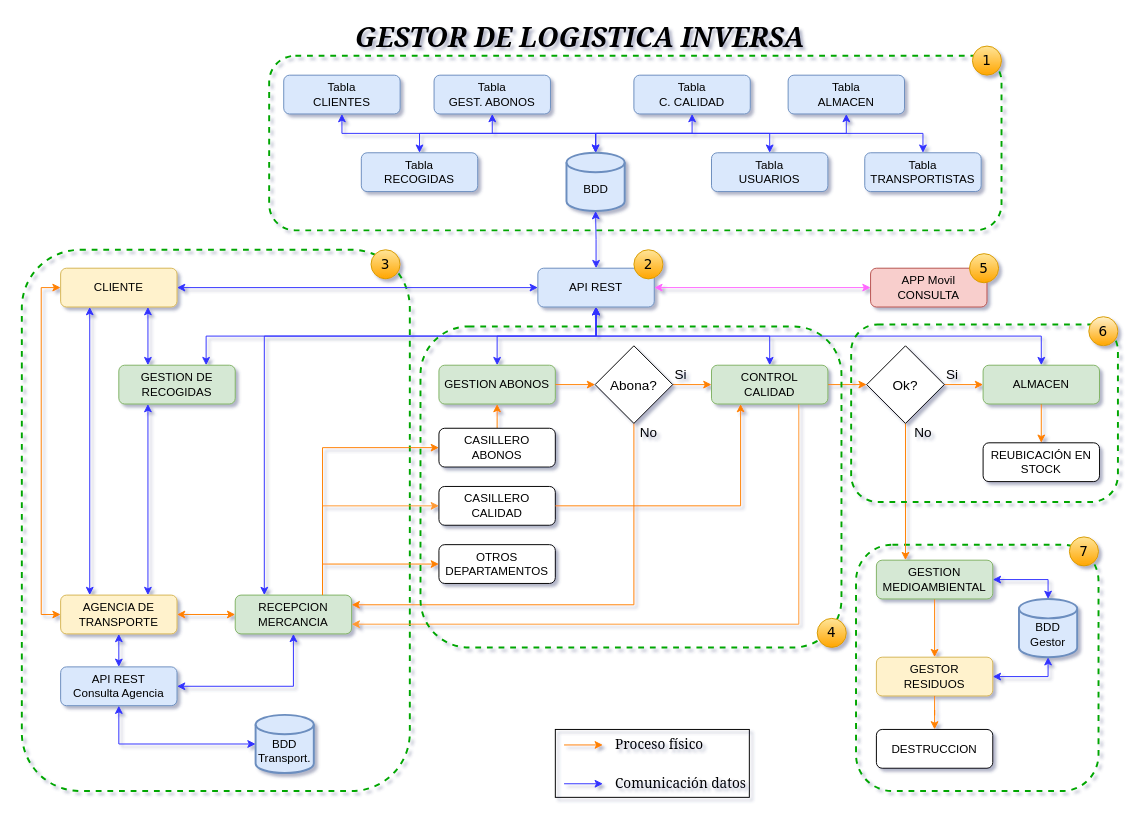
Above: page "Esquema_Proyecto" (1 of 7) of Esquemas_y_bocetos/Esquema_proyecto.drawio in JMDH76/PFC_Gestor_Logistica_Inversa (draw.io), before the change. Source tidied: cells renumbered, new cells numbered last; positions are measured from the earlier drawing's top-left corner, leaving out a move shared by most shapes. Both pictures are drawn from the tidied source at 97%, with x=0, y=0 at pixel (21, 16).
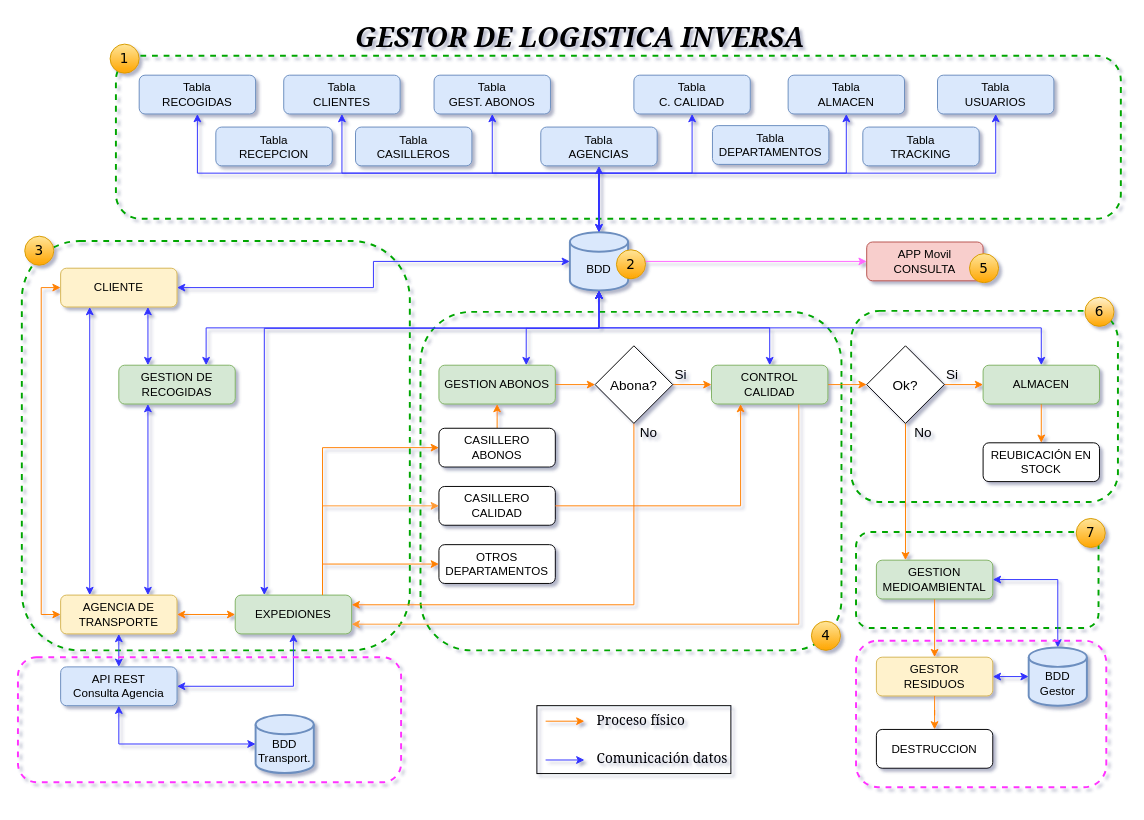
After the change.

Unchanged cells that the change refers to:
```xml
<mxCell id="7" value="CLIENTE" style="rounded=1;whiteSpace=wrap;html=1;fillColor=#fff2cc;strokeColor=#d6b656;" parent="1" vertex="1">
  <mxGeometry x="40" y="259" width="120" height="40" as="geometry" />
</mxCell>
<mxCell id="10" value="GESTION DE RECOGIDAS" style="rounded=1;whiteSpace=wrap;html=1;fillColor=#d5e8d4;strokeColor=#82b366;" parent="1" vertex="1">
  <mxGeometry x="100" y="359" width="120" height="40" as="geometry" />
</mxCell>
<mxCell id="23" value="GESTION ABONOS" style="rounded=1;whiteSpace=wrap;html=1;fillColor=#d5e8d4;strokeColor=#82b366;" parent="1" vertex="1">
  <mxGeometry x="430" y="359" width="120" height="40" as="geometry" />
</mxCell>
<mxCell id="27" value="CONTROL &lt;br&gt;CALIDAD" style="rounded=1;whiteSpace=wrap;html=1;fillColor=#d5e8d4;strokeColor=#82b366;" parent="1" vertex="1">
  <mxGeometry x="711" y="359" width="120" height="40" as="geometry" />
</mxCell>
<mxCell id="64" value="ALMACEN&lt;br&gt;" style="rounded=1;whiteSpace=wrap;html=1;fillColor=#d5e8d4;strokeColor=#82b366;" parent="1" vertex="1">
  <mxGeometry x="991" y="359" width="120" height="40" as="geometry" />
</mxCell>
<mxCell id="76" value="GESTOR&lt;br&gt;RESIDUOS" style="rounded=1;whiteSpace=wrap;html=1;fillColor=#fff2cc;strokeColor=#d6b656;" parent="1" vertex="1">
  <mxGeometry x="881" y="660" width="120" height="40" as="geometry" />
</mxCell>
```

Change to the diagram source:
```diff
@@
+    <mxCell id="85" style="rounded=1;whiteSpace=wrap;html=1;dashed=1;strokeColor=#00A600;fillColor=none;strokeWidth=2;" parent="1" vertex="1">
+      <mxGeometry x="855" y="303" width="275" height="197" as="geometry" />
+    </mxCell>
+    <mxCell id="82" style="rounded=1;whiteSpace=wrap;html=1;dashed=1;strokeColor=#00A600;fillColor=none;strokeWidth=2;" parent="1" vertex="1">
+      <mxGeometry x="411" y="304" width="434" height="349" as="geometry" />
+    </mxCell>
     <mxCell id="2" style="rounded=1;whiteSpace=wrap;html=1;dashed=1;strokeColor=#00A600;fillColor=none;strokeWidth=2;" parent="1" vertex="1">
-      <mxGeometry y="240" width="400" height="558" as="geometry" />
+      <mxGeometry y="231" width="400" height="422" as="geometry" />
     </mxCell>
     <mxCell id="3" style="rounded=1;whiteSpace=wrap;html=1;dashed=1;strokeColor=#00A600;fillColor=none;strokeWidth=2;" parent="1" vertex="1">
-      <mxGeometry x="860" y="544" width="250" height="254" as="geometry" />
+      <mxGeometry x="860" y="531" width="250" height="99" as="geometry" />
     </mxCell>
     <mxCell id="4" style="rounded=1;whiteSpace=wrap;html=1;dashed=1;strokeColor=#00A600;fillColor=none;strokeWidth=2;" parent="1" vertex="1">
-      <mxGeometry x="255" y="40" width="755" height="180" as="geometry" />
+      <mxGeometry x="97" y="40" width="1036" height="168" as="geometry" />
     </mxCell>
@@
-    <mxCell id="9" style="edgeStyle=orthogonalEdgeStyle;rounded=0;jettySize=auto;html=1;exitX=0.75;exitY=0;exitDx=0;exitDy=0;entryX=0.5;entryY=1;entryDx=0;entryDy=0;startArrow=classic;startFill=1;strokeColor=#3333FF;" parent="1" edge="1" source="10" target="59">
+    <mxCell id="9" style="edgeStyle=orthogonalEdgeStyle;rounded=0;jettySize=auto;html=1;exitX=0.75;exitY=0;exitDx=0;exitDy=0;entryX=0.5;entryY=1;entryDx=0;entryDy=0;startArrow=classic;startFill=1;strokeColor=#3333FF;entryPerimeter=0;" parent="1" edge="1" source="10" target="56">
       <mxGeometry relative="1" as="geometry" />
     </mxCell>
@@
-    <mxCell id="17" style="edgeStyle=orthogonalEdgeStyle;rounded=0;jettySize=auto;html=1;exitX=0.25;exitY=0;exitDx=0;exitDy=0;startArrow=classic;startFill=1;strokeColor=#3333FF;entryX=0.5;entryY=1;entryDx=0;entryDy=0;" parent="1" edge="1" source="19" target="59">
-      <mxGeometry relative="1" as="geometry">
-        <Array as="points">
-          <mxPoint x="250" y="329" />
-          <mxPoint x="592" y="329" />
-        </Array>
-      </mxGeometry>
-    </mxCell>
@@
-    <mxCell id="19" value="RECEPCION MERCANCIA" style="rounded=1;whiteSpace=wrap;html=1;fillColor=#d5e8d4;strokeColor=#82b366;" parent="1" vertex="1">
+    <mxCell id="19" value="EXPEDIONES" style="rounded=1;whiteSpace=wrap;html=1;fillColor=#d5e8d4;strokeColor=#82b366;" parent="1" vertex="1">
       <mxGeometry x="220" y="596" width="120" height="40" as="geometry" />
     </mxCell>
@@
-    <mxCell id="22" style="edgeStyle=orthogonalEdgeStyle;rounded=0;jettySize=auto;html=1;startArrow=classic;startFill=1;strokeColor=#3333FF;entryX=0.5;entryY=1;entryDx=0;entryDy=0;" parent="1" edge="1" source="23" target="59">
-      <mxGeometry relative="1" as="geometry" />
+    <mxCell id="22" style="edgeStyle=orthogonalEdgeStyle;rounded=0;jettySize=auto;html=1;startArrow=classic;startFill=1;strokeColor=#3333FF;exitX=0.75;exitY=0;exitDx=0;exitDy=0;entryX=0.5;entryY=1;entryDx=0;entryDy=0;entryPerimeter=0;" parent="1" edge="1" source="23" target="56">
+      <mxGeometry relative="1" as="geometry">
+        <Array as="points">
+          <mxPoint x="520" y="321" />
+          <mxPoint x="595" y="321" />
+        </Array>
+      </mxGeometry>
     </mxCell>
@@
-    <mxCell id="25" style="edgeStyle=orthogonalEdgeStyle;rounded=0;jettySize=auto;html=1;exitX=0.5;exitY=0;exitDx=0;exitDy=0;entryX=0.5;entryY=1;entryDx=0;entryDy=0;startArrow=classic;startFill=1;strokeColor=#3333FF;" parent="1" edge="1" source="27" target="59">
+    <mxCell id="25" style="edgeStyle=orthogonalEdgeStyle;rounded=0;jettySize=auto;html=1;exitX=0.5;exitY=0;exitDx=0;exitDy=0;entryX=0.5;entryY=1;entryDx=0;entryDy=0;startArrow=classic;startFill=1;strokeColor=#3333FF;entryPerimeter=0;" parent="1" edge="1" source="27" target="56">
       <mxGeometry relative="1" as="geometry" />
     </mxCell>
@@
-    <mxCell id="37" style="edgeStyle=orthogonalEdgeStyle;rounded=0;jettySize=auto;html=1;entryX=1;entryY=0.5;entryDx=0;entryDy=0;startArrow=classic;startFill=1;strokeColor=#FF66FF;exitX=0;exitY=0.5;exitDx=0;exitDy=0;" parent="1" edge="1" source="38" target="59">
+    <mxCell id="37" style="edgeStyle=orthogonalEdgeStyle;rounded=0;jettySize=auto;html=1;entryX=1;entryY=0.5;entryDx=0;entryDy=0;startArrow=classic;startFill=1;strokeColor=#FF66FF;exitX=0;exitY=0.5;exitDx=0;exitDy=0;entryPerimeter=0;" parent="1" edge="1" source="38" target="56">
       <mxGeometry relative="1" as="geometry" />
     </mxCell>
     <mxCell id="38" value="APP Movil&lt;br&gt;CONSULTA" style="rounded=1;whiteSpace=wrap;html=1;fillColor=#f8cecc;strokeColor=#b85450;" parent="1" vertex="1">
-      <mxGeometry x="875" y="259" width="120" height="40" as="geometry" />
+      <mxGeometry x="871" y="232" width="120" height="40" as="geometry" />
     </mxCell>
@@
-    <mxCell id="53" style="edgeStyle=orthogonalEdgeStyle;rounded=0;jettySize=auto;html=1;exitX=0.5;exitY=0;exitDx=0;exitDy=0;exitPerimeter=0;entryX=0.5;entryY=0;entryDx=0;entryDy=0;strokeColor=#3333FF;" parent="1" edge="1" source="56" target="90">
+    <mxCell id="53" style="edgeStyle=orthogonalEdgeStyle;rounded=0;jettySize=auto;html=1;exitX=0.5;exitY=0;exitDx=0;exitDy=0;exitPerimeter=0;entryX=0.5;entryY=1;entryDx=0;entryDy=0;strokeColor=#3333FF;" parent="1" edge="1" source="56" target="90">
       <mxGeometry relative="1" as="geometry" />
     </mxCell>
-    <mxCell id="54" style="edgeStyle=orthogonalEdgeStyle;rounded=0;jettySize=auto;html=1;exitX=0.5;exitY=0;exitDx=0;exitDy=0;exitPerimeter=0;entryX=0.5;entryY=0;entryDx=0;entryDy=0;strokeColor=#3333FF;" parent="1" edge="1" source="56" target="91">
+    <mxCell id="54" style="edgeStyle=orthogonalEdgeStyle;rounded=0;jettySize=auto;html=1;exitX=0.5;exitY=0;exitDx=0;exitDy=0;exitPerimeter=0;entryX=0.5;entryY=1;entryDx=0;entryDy=0;strokeColor=#3333FF;" parent="1" edge="1" source="56" target="91">
       <mxGeometry relative="1" as="geometry" />
     </mxCell>
-    <mxCell id="55" style="edgeStyle=orthogonalEdgeStyle;rounded=0;jettySize=auto;html=1;exitX=0.5;exitY=0;exitDx=0;exitDy=0;exitPerimeter=0;entryX=0.5;entryY=0;entryDx=0;entryDy=0;strokeColor=#3333FF;startArrow=classic;startFill=1;" parent="1" edge="1" source="56" target="92">
+    <mxCell id="55" style="edgeStyle=orthogonalEdgeStyle;rounded=0;jettySize=auto;html=1;exitX=0.5;exitY=0;exitDx=0;exitDy=0;exitPerimeter=0;entryX=0.5;entryY=1;entryDx=0;entryDy=0;strokeColor=#3333FF;startArrow=classic;startFill=1;" parent="1" edge="1" source="56" target="92">
       <mxGeometry relative="1" as="geometry" />
     </mxCell>
     <mxCell id="56" value="&lt;br&gt;BDD" style="strokeWidth=2;html=1;shape=mxgraph.flowchart.database;whiteSpace=wrap;fillColor=#dae8fc;strokeColor=#6c8ebf;" parent="1" vertex="1">
-      <mxGeometry x="561.5" y="140" width="60" height="60" as="geometry" />
+      <mxGeometry x="565" y="222" width="60" height="60" as="geometry" />
     </mxCell>
@@
-    <mxCell id="58" style="edgeStyle=orthogonalEdgeStyle;rounded=0;jettySize=auto;html=1;exitX=0.5;exitY=0;exitDx=0;exitDy=0;entryX=0.5;entryY=1;entryDx=0;entryDy=0;entryPerimeter=0;startArrow=classic;startFill=1;strokeColor=#3333FF;" parent="1" edge="1" source="59" target="56">
-      <mxGeometry relative="1" as="geometry" />
-    </mxCell>
-    <mxCell id="59" value="API REST" style="rounded=1;whiteSpace=wrap;html=1;fillColor=#dae8fc;strokeColor=#6c8ebf;" parent="1" vertex="1">
-      <mxGeometry x="532" y="259" width="120" height="40" as="geometry" />
-    </mxCell>
@@
-    <mxCell id="63" style="edgeStyle=orthogonalEdgeStyle;rounded=0;jettySize=auto;html=1;exitX=0.5;exitY=0;exitDx=0;exitDy=0;entryX=0.5;entryY=1;entryDx=0;entryDy=0;startArrow=classic;startFill=1;strokeColor=#3333FF;" parent="1" edge="1" source="64" target="59">
+    <mxCell id="63" style="edgeStyle=orthogonalEdgeStyle;rounded=0;jettySize=auto;html=1;exitX=0.5;exitY=0;exitDx=0;exitDy=0;startArrow=classic;startFill=1;strokeColor=#3333FF;entryX=0.5;entryY=1;entryDx=0;entryDy=0;entryPerimeter=0;" parent="1" edge="1" source="64" target="56">
       <mxGeometry relative="1" as="geometry" />
     </mxCell>
@@
     <mxCell id="67" style="endArrow=classic;html=1;rounded=0;fontFamily=Georgia;fontSize=32;strokeColor=#FF8000;" parent="1" edge="1">
       <mxGeometry relative="1" as="geometry">
-        <mxPoint x="559" y="750.5" as="sourcePoint" />
-        <mxPoint x="599" y="750.5" as="targetPoint" />
+        <mxPoint x="540" y="726" as="sourcePoint" />
+        <mxPoint x="580" y="726" as="targetPoint" />
       </mxGeometry>
     </mxCell>
     <mxCell id="68" value="Proceso físico" style="text;html=1;strokeColor=none;fillColor=none;align=left;verticalAlign=middle;whiteSpace=wrap;rounded=0;labelBackgroundColor=none;labelBorderColor=none;fontFamily=Georgia;fontSize=14;" parent="1" vertex="1">
-      <mxGeometry x="610" y="734.5" width="121" height="30" as="geometry" />
+      <mxGeometry x="591" y="710" width="121" height="30" as="geometry" />
     </mxCell>
     <mxCell id="69" style="endArrow=classic;html=1;rounded=0;fontFamily=Georgia;fontSize=32;strokeColor=#3333FF;" parent="1" edge="1">
       <mxGeometry relative="1" as="geometry">
-        <mxPoint x="559" y="790.5" as="sourcePoint" />
-        <mxPoint x="599" y="790.5" as="targetPoint" />
+        <mxPoint x="540" y="766" as="sourcePoint" />
+        <mxPoint x="580" y="766" as="targetPoint" />
       </mxGeometry>
     </mxCell>
     <mxCell id="70" value="Comunicación datos" style="text;html=1;strokeColor=none;fillColor=none;align=left;verticalAlign=middle;whiteSpace=wrap;rounded=0;labelBackgroundColor=none;labelBorderColor=none;fontFamily=Georgia;fontSize=14;" parent="1" vertex="1">
-      <mxGeometry x="610" y="774.5" width="140" height="30" as="geometry" />
+      <mxGeometry x="591" y="750" width="140" height="30" as="geometry" />
     </mxCell>
     <mxCell id="71" style="rounded=0;whiteSpace=wrap;html=1;labelBackgroundColor=none;labelBorderColor=none;fontFamily=Georgia;fontSize=14;fillColor=none;" parent="1" vertex="1">
-      <mxGeometry x="550" y="734.5" width="200" height="70" as="geometry" />
+      <mxGeometry x="531" y="710" width="200" height="70" as="geometry" />
     </mxCell>
@@
-    <mxCell id="75" style="edgeStyle=orthogonalEdgeStyle;rounded=0;jettySize=auto;html=1;entryX=1;entryY=0.5;entryDx=0;entryDy=0;fontFamily=Georgia;fontSize=14;startArrow=classic;startFill=1;endArrow=classic;endFill=1;strokeColor=#3333FF;exitX=0.5;exitY=1;exitDx=0;exitDy=0;exitPerimeter=0;" parent="1" edge="1" source="83" target="76">
+    <mxCell id="75" style="edgeStyle=orthogonalEdgeStyle;rounded=0;jettySize=auto;html=1;entryX=1;entryY=0.5;entryDx=0;entryDy=0;fontFamily=Georgia;fontSize=14;startArrow=classic;startFill=1;endArrow=classic;endFill=1;strokeColor=#3333FF;exitX=0;exitY=0.5;exitDx=0;exitDy=0;exitPerimeter=0;" parent="1" edge="1" source="83" target="76">
       <mxGeometry relative="1" as="geometry" />
     </mxCell>
@@
-    <mxCell id="79" style="edgeStyle=orthogonalEdgeStyle;rounded=0;jettySize=auto;html=1;startArrow=classic;startFill=1;endArrow=classic;endFill=1;strokeColor=#3333FF;exitX=0;exitY=0.5;exitDx=0;exitDy=0;entryX=1;entryY=0.5;entryDx=0;entryDy=0;" parent="1" edge="1" source="59" target="7">
+    <mxCell id="79" style="edgeStyle=orthogonalEdgeStyle;rounded=0;jettySize=auto;html=1;startArrow=classic;startFill=1;endArrow=classic;endFill=1;strokeColor=#3333FF;exitX=0;exitY=0.5;exitDx=0;exitDy=0;entryX=1;entryY=0.5;entryDx=0;entryDy=0;exitPerimeter=0;" parent="1" edge="1" source="56" target="7">
       <mxGeometry relative="1" as="geometry" />
     </mxCell>
     <mxCell id="80" value="&lt;font face=&quot;Verdana&quot; style=&quot;font-size: 14px&quot;&gt;1&lt;/font&gt;" style="ellipse;whiteSpace=wrap;html=1;strokeColor=#d79b00;fontStyle=0;fillColor=#FFE599;gradientColor=#ffa500;" parent="1" vertex="1">
-      <mxGeometry x="980" y="30" width="30" height="30" as="geometry" />
+      <mxGeometry x="91" y="28" width="30" height="30" as="geometry" />
     </mxCell>
     <mxCell id="81" value="&lt;font face=&quot;Verdana&quot; style=&quot;font-size: 14px&quot;&gt;3&lt;/font&gt;" style="ellipse;whiteSpace=wrap;html=1;strokeColor=#d79b00;fontStyle=0;fillColor=#FFE599;gradientColor=#ffa500;" parent="1" vertex="1">
-      <mxGeometry x="360" y="240" width="30" height="30" as="geometry" />
+      <mxGeometry x="3" y="226" width="30" height="30" as="geometry" />
     </mxCell>
-    <mxCell id="82" style="rounded=1;whiteSpace=wrap;html=1;dashed=1;strokeColor=#00A600;fillColor=none;strokeWidth=2;" parent="1" vertex="1">
-      <mxGeometry x="411" y="319" width="434" height="331" as="geometry" />
-    </mxCell>
     <mxCell id="83" value="&lt;br&gt;BDD Gestor" style="strokeWidth=2;html=1;shape=mxgraph.flowchart.database;whiteSpace=wrap;fillColor=#dae8fc;strokeColor=#6c8ebf;" parent="1" vertex="1">
-      <mxGeometry x="1028" y="600" width="60" height="60" as="geometry" />
+      <mxGeometry x="1038" y="650" width="60" height="60" as="geometry" />
     </mxCell>
     <mxCell id="84" value="&lt;font face=&quot;Verdana&quot; style=&quot;font-size: 14px&quot;&gt;4&lt;/font&gt;" style="ellipse;whiteSpace=wrap;html=1;strokeColor=#d79b00;fontStyle=0;fillColor=#FFE599;gradientColor=#ffa500;" parent="1" vertex="1">
-      <mxGeometry x="820" y="620" width="30" height="30" as="geometry" />
+      <mxGeometry x="814" y="623" width="30" height="30" as="geometry" />
     </mxCell>
-    <mxCell id="85" style="rounded=1;whiteSpace=wrap;html=1;dashed=1;strokeColor=#00A600;fillColor=none;strokeWidth=2;" parent="1" vertex="1">
-      <mxGeometry x="855" y="317" width="275" height="183" as="geometry" />
-    </mxCell>
     <mxCell id="86" value="&lt;font face=&quot;Verdana&quot; style=&quot;font-size: 14px&quot;&gt;6&lt;/font&gt;" style="ellipse;whiteSpace=wrap;html=1;strokeColor=#d79b00;fontStyle=0;fillColor=#FFF2CC;gradientColor=#ffa500;" parent="1" vertex="1">
-      <mxGeometry x="1100" y="309" width="30" height="30" as="geometry" />
+      <mxGeometry x="1096" y="289" width="30" height="30" as="geometry" />
     </mxCell>
     <mxCell id="87" value="&lt;font face=&quot;Verdana&quot; style=&quot;font-size: 14px&quot;&gt;7&lt;/font&gt;" style="ellipse;whiteSpace=wrap;html=1;strokeColor=#d79b00;fontStyle=0;fillColor=#FFE599;gradientColor=#ffa500;" parent="1" vertex="1">
-      <mxGeometry x="1080" y="536" width="30" height="30" as="geometry" />
+      <mxGeometry x="1087" y="517" width="30" height="30" as="geometry" />
     </mxCell>
     <mxCell id="88" value="&lt;font face=&quot;Verdana&quot; style=&quot;font-size: 14px&quot;&gt;2&lt;/font&gt;" style="ellipse;whiteSpace=wrap;html=1;strokeColor=#d79b00;fontStyle=0;fillColor=#FFE599;gradientColor=#ffa500;" parent="1" vertex="1">
-      <mxGeometry x="631" y="240" width="30" height="30" as="geometry" />
+      <mxGeometry x="613" y="240" width="30" height="30" as="geometry" />
     </mxCell>
@@
     <mxCell id="90" value="Tabla &lt;br&gt;USUARIOS" style="rounded=1;whiteSpace=wrap;html=1;fillColor=#dae8fc;strokeColor=#6c8ebf;" parent="1" vertex="1">
-      <mxGeometry x="711" y="140" width="120" height="40" as="geometry" />
+      <mxGeometry x="944" y="60" width="120" height="40" as="geometry" />
     </mxCell>
-    <mxCell id="91" value="Tabla TRANSPORTISTAS" style="rounded=1;whiteSpace=wrap;html=1;fillColor=#dae8fc;strokeColor=#6c8ebf;" parent="1" vertex="1">
-      <mxGeometry x="869" y="140" width="120" height="40" as="geometry" />
+    <mxCell id="91" value="Tabla &lt;br&gt;AGENCIAS" style="rounded=1;whiteSpace=wrap;html=1;fillColor=#dae8fc;strokeColor=#6c8ebf;" parent="1" vertex="1">
+      <mxGeometry x="535" y="113.5" width="120" height="40" as="geometry" />
     </mxCell>
     <mxCell id="92" value="Tabla &lt;br&gt;RECOGIDAS" style="rounded=1;whiteSpace=wrap;html=1;fillColor=#dae8fc;strokeColor=#6c8ebf;" parent="1" vertex="1">
-      <mxGeometry x="350" y="140" width="120" height="40" as="geometry" />
+      <mxGeometry x="121" y="60" width="120" height="40" as="geometry" />
     </mxCell>
+    <mxCell id="93" style="edgeStyle=orthogonalEdgeStyle;rounded=0;jettySize=auto;html=1;exitX=0.25;exitY=0;exitDx=0;exitDy=0;entryX=0.5;entryY=1;entryDx=0;entryDy=0;startArrow=classic;startFill=1;strokeColor=#3333FF;entryPerimeter=0;" parent="1" edge="1" source="19" target="56">
+      <mxGeometry relative="1" as="geometry">
+        <Array as="points">
+          <mxPoint x="250" y="321" />
+          <mxPoint x="595" y="321" />
+        </Array>
+      </mxGeometry>
+    </mxCell>
+    <mxCell id="94" style="rounded=1;whiteSpace=wrap;html=1;dashed=1;strokeColor=#FF33FF;fillColor=none;strokeWidth=2;" parent="1" vertex="1">
+      <mxGeometry x="-4" y="660" width="395" height="129" as="geometry" />
+    </mxCell>
+    <mxCell id="95" style="rounded=1;whiteSpace=wrap;html=1;dashed=1;strokeColor=#FF33FF;fillColor=none;strokeWidth=2;" parent="1" vertex="1">
+      <mxGeometry x="860" y="643" width="258" height="151" as="geometry" />
+    </mxCell>
+    <mxCell id="96" value="Tabla &lt;br&gt;RECEPCION" style="rounded=1;whiteSpace=wrap;html=1;fillColor=#dae8fc;strokeColor=#6c8ebf;" parent="1" vertex="1">
+      <mxGeometry x="200" y="113.5" width="120" height="40" as="geometry" />
+    </mxCell>
+    <mxCell id="97" value="Tabla &lt;br&gt;CASILLEROS" style="rounded=1;whiteSpace=wrap;html=1;fillColor=#dae8fc;strokeColor=#6c8ebf;" parent="1" vertex="1">
+      <mxGeometry x="344" y="113.5" width="120" height="40" as="geometry" />
+    </mxCell>
+    <mxCell id="98" value="Tabla &lt;br&gt;TRACKING" style="rounded=1;whiteSpace=wrap;html=1;fillColor=#dae8fc;strokeColor=#6c8ebf;" parent="1" vertex="1">
+      <mxGeometry x="867" y="113.5" width="120" height="40" as="geometry" />
+    </mxCell>
+    <mxCell id="99" value="Tabla DEPARTAMENTOS" style="rounded=1;whiteSpace=wrap;html=1;fillColor=#dae8fc;strokeColor=#6c8ebf;" parent="1" vertex="1">
+      <mxGeometry x="712" y="112" width="120" height="40" as="geometry" />
+    </mxCell>
```
